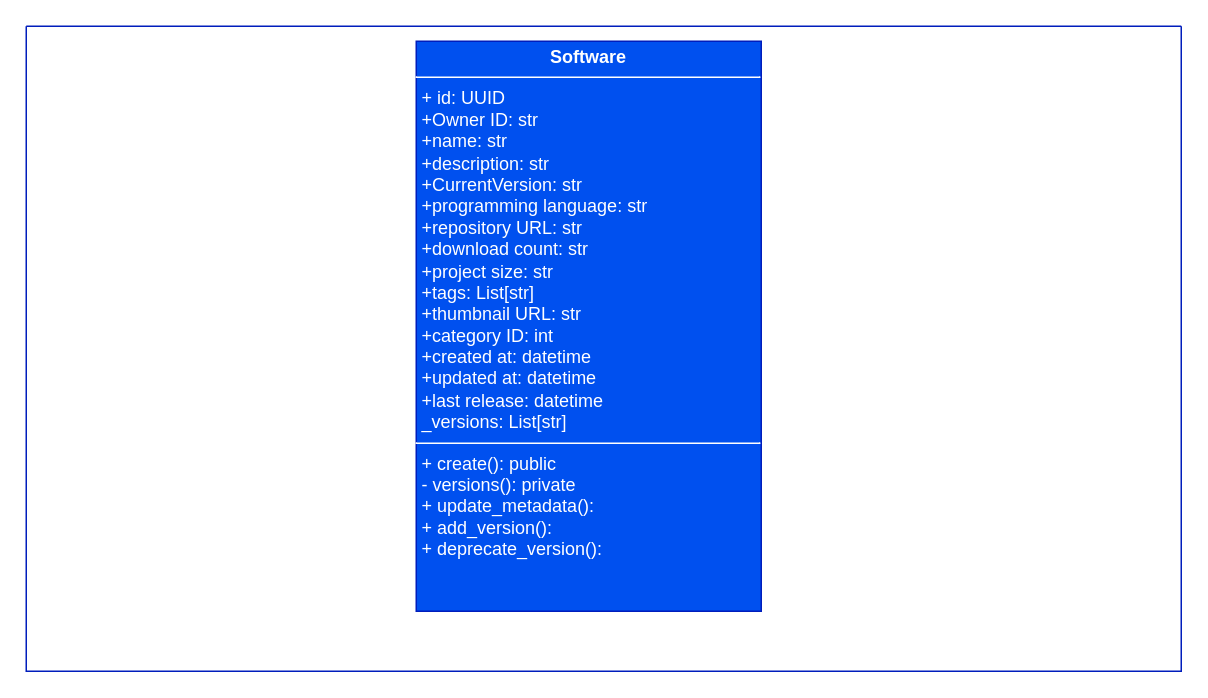
Earlier version of the draw.io diagram sms.drawio (peter-289/Tech-Pulse-). Source tidied: cells renumbered, new cells numbered last; positions are measured from the earlier drawing's top-left corner, leaving out a move shared by most shapes. Both pictures are drawn from the tidied source at 150%, with x=0, y=0 at pixel (26, 26).
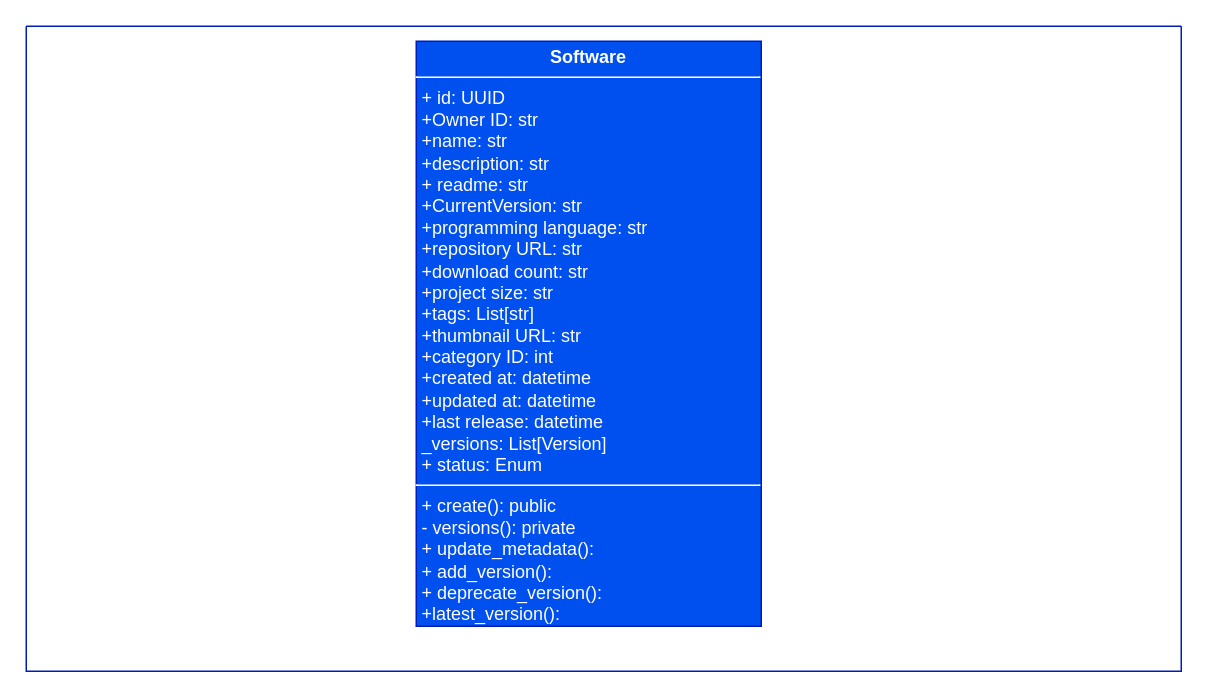
The same page after the edit.

The edit, as a diff of the source:
```diff
@@
 <mxGraphModel>
   <root>
     <mxCell id="0" />
     <mxCell id="1" parent="0" />
     <mxCell id="2" style="swimlane;startSize=0;fillColor=#0050ef;fontColor=#ffffff;strokeColor=#001DBC;" parent="1" vertex="1">
       <mxGeometry width="770" height="430" as="geometry" />
     </mxCell>
-    <mxCell id="3" value="&lt;p style=&quot;margin:0px;margin-top:4px;text-align:center;&quot;&gt;&lt;b&gt;Software&lt;/b&gt;&lt;/p&gt;&lt;hr size=&quot;1&quot; style=&quot;border-style:solid;&quot;&gt;&lt;p style=&quot;margin:0px;margin-left:4px;&quot;&gt;+ id: UUID&lt;/p&gt;&lt;p style=&quot;margin:0px;margin-left:4px;&quot;&gt;+Owner ID: str&lt;/p&gt;&lt;p style=&quot;margin:0px;margin-left:4px;&quot;&gt;+name: str&lt;/p&gt;&lt;p style=&quot;margin:0px;margin-left:4px;&quot;&gt;+description: str&lt;/p&gt;&lt;p style=&quot;margin:0px;margin-left:4px;&quot;&gt;+CurrentVersion: str&lt;/p&gt;&lt;p style=&quot;margin:0px;margin-left:4px;&quot;&gt;+programming language: str&lt;/p&gt;&lt;p style=&quot;margin:0px;margin-left:4px;&quot;&gt;+repository URL: str&lt;/p&gt;&lt;p style=&quot;margin:0px;margin-left:4px;&quot;&gt;+download count: str&lt;/p&gt;&lt;p style=&quot;margin:0px;margin-left:4px;&quot;&gt;+project size: str&lt;/p&gt;&lt;p style=&quot;margin:0px;margin-left:4px;&quot;&gt;+tags: List[str]&lt;/p&gt;&lt;p style=&quot;margin:0px;margin-left:4px;&quot;&gt;+thumbnail URL: str&lt;/p&gt;&lt;p style=&quot;margin:0px;margin-left:4px;&quot;&gt;+category ID: int&lt;/p&gt;&lt;p style=&quot;margin:0px;margin-left:4px;&quot;&gt;+created at: datetime&lt;/p&gt;&lt;p style=&quot;margin:0px;margin-left:4px;&quot;&gt;+updated at: datetime&lt;/p&gt;&lt;p style=&quot;margin:0px;margin-left:4px;&quot;&gt;+last release: datetime&lt;/p&gt;&lt;p style=&quot;margin:0px;margin-left:4px;&quot;&gt;_versions: List[str]&lt;/p&gt;&lt;hr size=&quot;1&quot; style=&quot;border-style:solid;&quot;&gt;&lt;p style=&quot;margin:0px;margin-left:4px;&quot;&gt;+ create(): public&lt;/p&gt;&lt;p style=&quot;margin:0px;margin-left:4px;&quot;&gt;- versions(): private&lt;/p&gt;&lt;p style=&quot;margin:0px;margin-left:4px;&quot;&gt;+ update_metadata():&lt;/p&gt;&lt;p style=&quot;margin:0px;margin-left:4px;&quot;&gt;+ add_version():&lt;/p&gt;&lt;p style=&quot;margin:0px;margin-left:4px;&quot;&gt;+ deprecate_version():&lt;/p&gt;&lt;p style=&quot;margin:0px;margin-left:4px;&quot;&gt;&lt;br&gt;&lt;/p&gt;" style="verticalAlign=top;align=left;overflow=fill;html=1;whiteSpace=wrap;fillColor=#0050ef;fontColor=#ffffff;strokeColor=#001DBC;" parent="2" vertex="1">
-      <mxGeometry x="260" y="10" width="230" height="380" as="geometry" />
+    <mxCell id="3" value="&lt;p style=&quot;margin:0px;margin-top:4px;text-align:center;&quot;&gt;&lt;b&gt;Software&lt;/b&gt;&lt;/p&gt;&lt;hr size=&quot;1&quot; style=&quot;border-style:solid;&quot;&gt;&lt;p style=&quot;margin:0px;margin-left:4px;&quot;&gt;+ id: UUID&lt;/p&gt;&lt;p style=&quot;margin:0px;margin-left:4px;&quot;&gt;+Owner ID: str&lt;/p&gt;&lt;p style=&quot;margin:0px;margin-left:4px;&quot;&gt;+name: str&lt;/p&gt;&lt;p style=&quot;margin:0px;margin-left:4px;&quot;&gt;+description: str&lt;/p&gt;&lt;p style=&quot;margin:0px;margin-left:4px;&quot;&gt;+ readme: str&lt;/p&gt;&lt;p style=&quot;margin:0px;margin-left:4px;&quot;&gt;+CurrentVersion: str&lt;/p&gt;&lt;p style=&quot;margin:0px;margin-left:4px;&quot;&gt;+programming language: str&lt;/p&gt;&lt;p style=&quot;margin:0px;margin-left:4px;&quot;&gt;+repository URL: str&lt;/p&gt;&lt;p style=&quot;margin:0px;margin-left:4px;&quot;&gt;+download count: str&lt;/p&gt;&lt;p style=&quot;margin:0px;margin-left:4px;&quot;&gt;+project size: str&lt;/p&gt;&lt;p style=&quot;margin:0px;margin-left:4px;&quot;&gt;+tags: List[str]&lt;/p&gt;&lt;p style=&quot;margin:0px;margin-left:4px;&quot;&gt;+thumbnail URL: str&lt;/p&gt;&lt;p style=&quot;margin:0px;margin-left:4px;&quot;&gt;+category ID: int&lt;/p&gt;&lt;p style=&quot;margin:0px;margin-left:4px;&quot;&gt;+created at: datetime&lt;/p&gt;&lt;p style=&quot;margin:0px;margin-left:4px;&quot;&gt;+updated at: datetime&lt;/p&gt;&lt;p style=&quot;margin:0px;margin-left:4px;&quot;&gt;+last release: datetime&lt;/p&gt;&lt;p style=&quot;margin:0px;margin-left:4px;&quot;&gt;_versions: List[Version]&lt;/p&gt;&lt;p style=&quot;margin:0px;margin-left:4px;&quot;&gt;+ status: Enum&lt;/p&gt;&lt;hr size=&quot;1&quot; style=&quot;border-style:solid;&quot;&gt;&lt;p style=&quot;margin:0px;margin-left:4px;&quot;&gt;+ create(): public&lt;/p&gt;&lt;p style=&quot;margin:0px;margin-left:4px;&quot;&gt;- versions(): private&lt;/p&gt;&lt;p style=&quot;margin:0px;margin-left:4px;&quot;&gt;+ update_metadata():&lt;/p&gt;&lt;p style=&quot;margin:0px;margin-left:4px;&quot;&gt;+ add_version():&lt;/p&gt;&lt;p style=&quot;margin:0px;margin-left:4px;&quot;&gt;+ deprecate_version():&lt;/p&gt;&lt;p style=&quot;margin:0px;margin-left:4px;&quot;&gt;+latest_version():&lt;/p&gt;&lt;p style=&quot;margin:0px;margin-left:4px;&quot;&gt;&lt;br&gt;&lt;/p&gt;" style="verticalAlign=top;align=left;overflow=fill;html=1;whiteSpace=wrap;fillColor=#0050ef;fontColor=#ffffff;strokeColor=#001DBC;" parent="2" vertex="1">
+      <mxGeometry x="260" y="10" width="230" height="390" as="geometry" />
     </mxCell>
   </root>
 </mxGraphModel>
```
